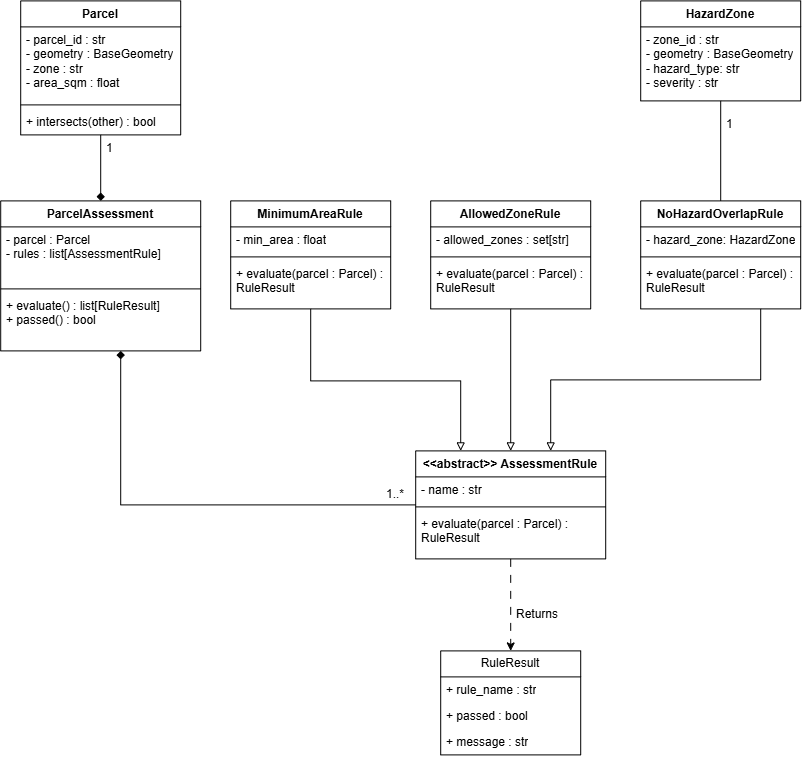
The draw.io diagram diagrams/lab5_uml.png in allysamaxined/gme205-lab5, before a commit. Source tidied: cells renumbered, new cells last; positions are measured from the earlier drawing's top-left corner, leaving out a move shared by most shapes.
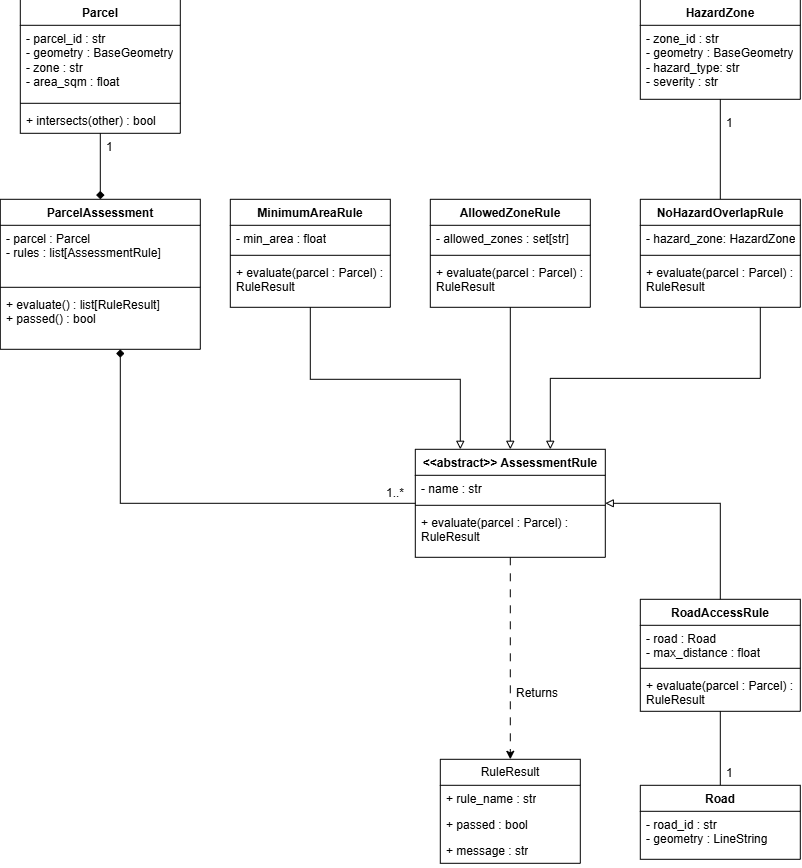
After the commit.

Diff of the diagram source:
```diff
@@ -99,7 +99,7 @@
       <mxGeometry y="60" width="160" height="48" as="geometry" />
     </mxCell>
     <mxCell id="29" value="RuleResult" style="swimlane;fontStyle=0;horizontal=1;startSize=26;fillColor=none;whiteSpace=wrap;html=1;" parent="1" vertex="1">
-      <mxGeometry x="440" y="650" width="140" height="104" as="geometry" />
+      <mxGeometry x="440" y="760" width="140" height="104" as="geometry" />
     </mxCell>
     <mxCell id="30" value="+ rule_name : str" style="text;strokeColor=none;fillColor=none;align=left;verticalAlign=top;spacingLeft=4;spacingRight=4;overflow=hidden;whiteSpace=wrap;html=1;" parent="29" vertex="1">
       <mxGeometry y="26" width="140" height="26" as="geometry" />
@@ -141,7 +141,34 @@
       <mxGeometry x="720" y="110" width="20" height="26" as="geometry" />
     </mxCell>
     <mxCell id="43" value="Returns" style="text;strokeColor=none;fillColor=none;align=left;verticalAlign=top;spacingLeft=4;spacingRight=4;overflow=hidden;whiteSpace=wrap;html=1;" parent="1" vertex="1">
-      <mxGeometry x="510" y="600" width="60" height="26" as="geometry" />
+      <mxGeometry x="510" y="680" width="60" height="26" as="geometry" />
     </mxCell>
+    <mxCell id="44" style="edgeStyle=orthogonalEdgeStyle;rounded=0;jettySize=auto;html=1;exitX=0.5;exitY=1;exitDx=0;exitDy=0;entryX=0.5;entryY=0;entryDx=0;entryDy=0;endArrow=none;endFill=0;" parent="1" edge="1" source="45" target="50">
+      <mxGeometry relative="1" as="geometry" />
+    </mxCell>
+    <mxCell id="45" value="RoadAccessRule" style="swimlane;fontStyle=1;align=center;verticalAlign=top;horizontal=1;startSize=26;whiteSpace=wrap;html=1;" parent="1" vertex="1">
+      <mxGeometry x="640" y="600" width="160" height="112" as="geometry" />
+    </mxCell>
+    <mxCell id="46" value="- road : Road&lt;div&gt;- max_distance : float&lt;/div&gt;" style="text;strokeColor=none;fillColor=none;align=left;verticalAlign=top;spacingLeft=4;spacingRight=4;overflow=hidden;whiteSpace=wrap;html=1;" parent="45" vertex="1">
+      <mxGeometry y="26" width="160" height="39" as="geometry" />
+    </mxCell>
+    <mxCell id="47" style="line;strokeWidth=1;fillColor=none;align=left;verticalAlign=middle;spacingTop=-1;spacingLeft=3;spacingRight=3;labelPosition=right;strokeColor=inherit;" parent="45" vertex="1">
+      <mxGeometry y="65" width="160" height="8" as="geometry" />
+    </mxCell>
+    <mxCell id="48" value="+ evaluate(parcel : Parcel) : RuleResult" style="text;strokeColor=none;fillColor=none;align=left;verticalAlign=top;spacingLeft=4;spacingRight=4;overflow=hidden;whiteSpace=wrap;html=1;" parent="45" vertex="1">
+      <mxGeometry y="73" width="160" height="39" as="geometry" />
+    </mxCell>
+    <mxCell id="49" style="edgeStyle=orthogonalEdgeStyle;rounded=0;jettySize=auto;html=1;exitX=0.5;exitY=0;exitDx=0;exitDy=0;entryX=1;entryY=0.5;entryDx=0;entryDy=0;endArrow=block;endFill=0;" parent="1" edge="1" source="45" target="9">
+      <mxGeometry relative="1" as="geometry" />
+    </mxCell>
+    <mxCell id="50" value="Road" style="swimlane;fontStyle=1;align=center;verticalAlign=top;horizontal=1;startSize=26;whiteSpace=wrap;html=1;" parent="1" vertex="1">
+      <mxGeometry x="640" y="786" width="160" height="74" as="geometry" />
+    </mxCell>
+    <mxCell id="51" value="- road_id : str&lt;div&gt;- geometry : LineString&lt;/div&gt;" style="text;strokeColor=none;fillColor=none;align=left;verticalAlign=top;spacingLeft=4;spacingRight=4;overflow=hidden;whiteSpace=wrap;html=1;" parent="50" vertex="1">
+      <mxGeometry y="26" width="160" height="48" as="geometry" />
+    </mxCell>
+    <mxCell id="52" value="1" style="text;strokeColor=none;fillColor=none;align=left;verticalAlign=top;spacingLeft=4;spacingRight=4;overflow=hidden;whiteSpace=wrap;html=1;" parent="1" vertex="1">
+      <mxGeometry x="720" y="760" width="20" height="26" as="geometry" />
+    </mxCell>
   </root>
 </mxGraphModel>
```
